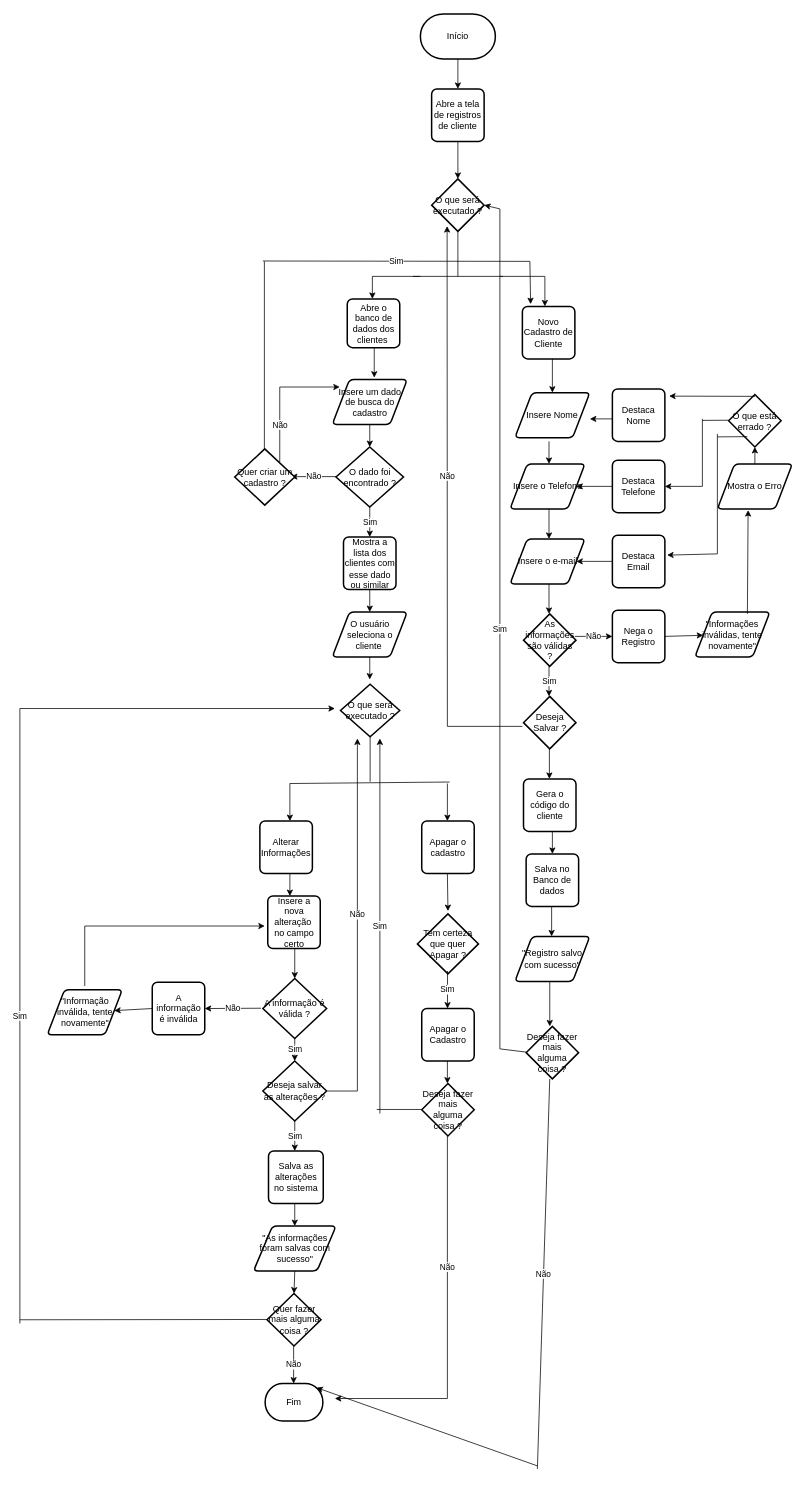
Before: page "Cadastro-de-Cliente" (2 of 14) of DOC/Fluxograma.drawio in GuilhermeIgarashi7/avatar-Fluxograma, a draw.io diagram. Source tidied: cells renumbered, new cells numbered last; positions are measured from the earlier drawing's top-left corner, leaving out a move shared by most shapes. Both pictures are drawn from the tidied source at 75%, with x=0, y=0 at pixel (20, 14).
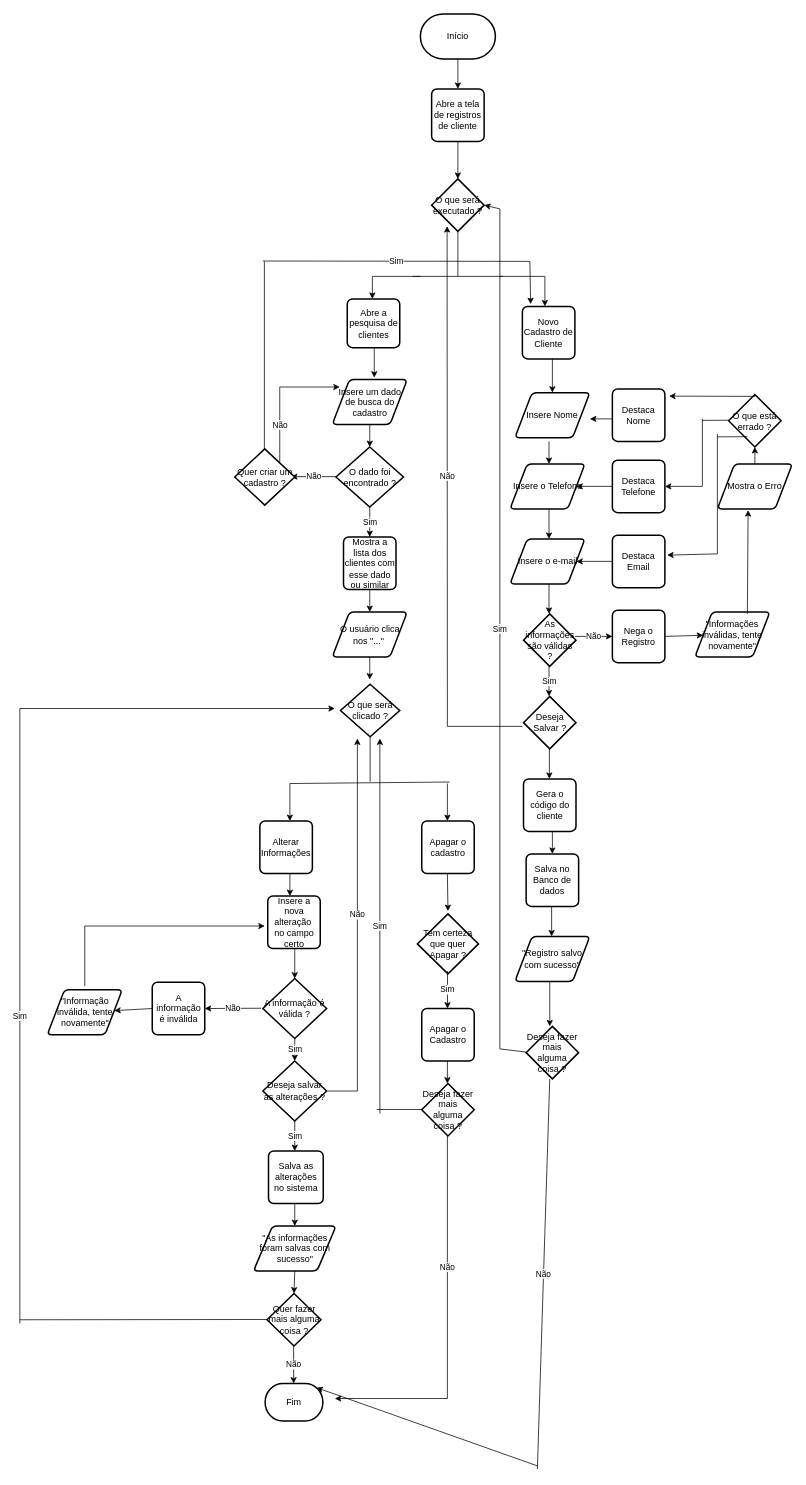
After the change.

The edit, as a diff of the source:
```diff
@@
-    <mxCell id="32" value="O usuário seleciona o cliente&amp;nbsp;" style="shape=parallelogram;html=1;strokeWidth=2;perimeter=parallelogramPerimeter;whiteSpace=wrap;rounded=1;arcSize=12;size=0.23;" parent="1" vertex="1">
+    <mxCell id="32" value="O usuário clica nos &quot;...&quot;&amp;nbsp;" style="shape=parallelogram;html=1;strokeWidth=2;perimeter=parallelogramPerimeter;whiteSpace=wrap;rounded=1;arcSize=12;size=0.23;" parent="1" vertex="1">
       <mxGeometry x="416.5" y="797.5" width="100" height="60" as="geometry" />
     </mxCell>
@@
-    <mxCell id="38" value="O que será executado ?" style="strokeWidth=2;html=1;shape=mxgraph.flowchart.decision;whiteSpace=wrap;" parent="1" vertex="1">
+    <mxCell id="38" value="O que será clicado ?" style="strokeWidth=2;html=1;shape=mxgraph.flowchart.decision;whiteSpace=wrap;" parent="1" vertex="1">
       <mxGeometry x="427.5" y="893.8" width="79" height="70" as="geometry" />
     </mxCell>
@@
-    <mxCell id="49" value="Abre o banco de dados dos clientes&amp;nbsp;" style="rounded=1;whiteSpace=wrap;html=1;absoluteArcSize=1;arcSize=14;strokeWidth=2;" parent="1" vertex="1">
+    <mxCell id="49" value="Abre a pesquisa de clientes" style="rounded=1;whiteSpace=wrap;html=1;absoluteArcSize=1;arcSize=14;strokeWidth=2;" parent="1" vertex="1">
       <mxGeometry x="436.5" y="380" width="70" height="65" as="geometry" />
     </mxCell>
```
